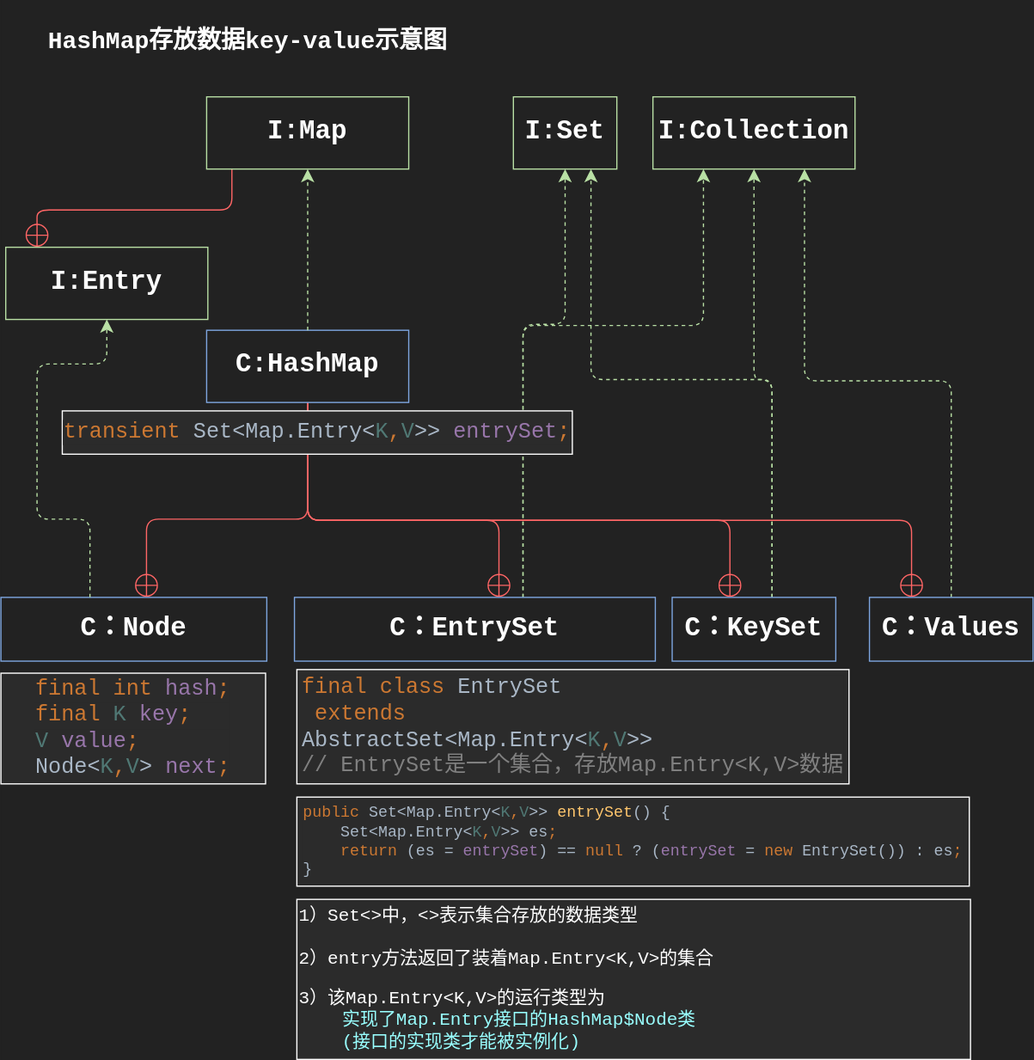
The draw.io diagram drawio/MapInterface.svg in Stolorzs/Picgo, before a commit. Source tidied: cells renumbered, new cells last; positions are measured from the earlier drawing's top-left corner, leaving out a move shared by most shapes.
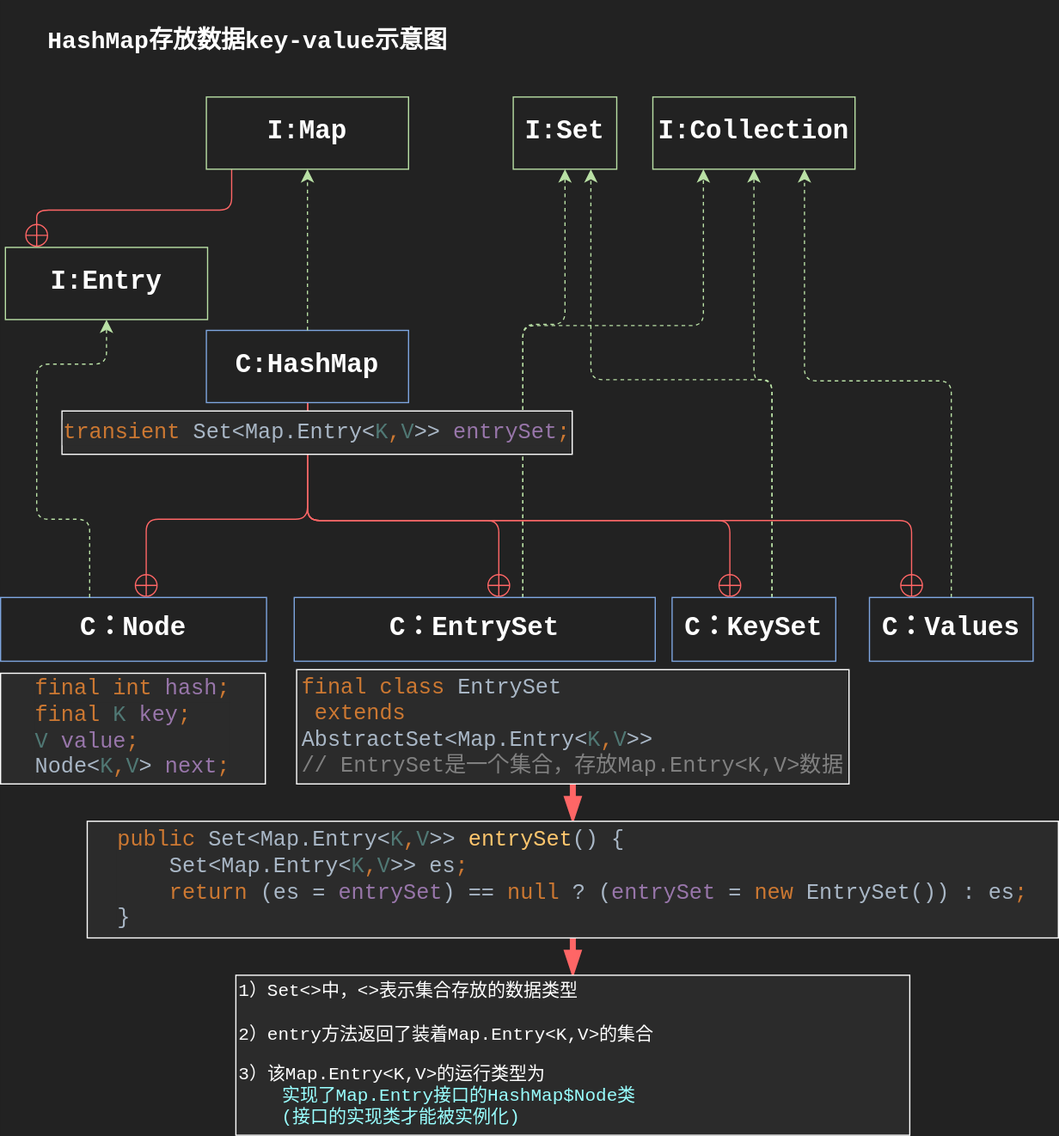
The same diagram one commit later.

Diff of the diagram source:
```diff
@@ -131,14 +131,20 @@
     <mxCell id="25" value="&lt;div style=&quot;text-align: start; background-color: rgb(43, 43, 43); color: rgb(169, 183, 198); font-family: &amp;quot;JetBrains Mono&amp;quot;, monospace; white-space: pre; font-size: 18px;&quot;&gt;&lt;div style=&quot;&quot;&gt;&lt;span style=&quot;color: rgb(204, 120, 50);&quot;&gt;transient &lt;/span&gt;Set&amp;lt;Map.Entry&amp;lt;&lt;span style=&quot;color: rgb(80, 120, 116);&quot;&gt;K&lt;/span&gt;&lt;span style=&quot;color: rgb(204, 120, 50);&quot;&gt;,&lt;/span&gt;&lt;span style=&quot;color: rgb(80, 120, 116);&quot;&gt;V&lt;/span&gt;&amp;gt;&amp;gt; &lt;span style=&quot;color: rgb(152, 118, 170);&quot;&gt;entrySet&lt;/span&gt;&lt;span style=&quot;color: rgb(204, 120, 50);&quot;&gt;;&lt;/span&gt;&lt;/div&gt;&lt;/div&gt;" style="whiteSpace=wrap;html=1;fillColor=#2B2B2B;strokeColor=#FFFFFF;" parent="1" vertex="1">
       <mxGeometry x="51" y="341" width="424" height="36" as="geometry" />
     </mxCell>
+    <mxCell id="29" style="edgeStyle=orthogonalEdgeStyle;rounded=1;jettySize=auto;html=1;strokeColor=#FF6666;align=center;verticalAlign=middle;fontFamily=Helvetica;fontSize=12;fontColor=default;labelBackgroundColor=default;startSize=8;endArrow=blockThin;endFill=1;endSize=8;strokeWidth=5;" parent="1" edge="1" source="26" target="27">
+      <mxGeometry relative="1" as="geometry" />
+    </mxCell>
     <mxCell id="26" value="&lt;div style=&quot;text-align: start; background-color: rgb(43, 43, 43); color: rgb(169, 183, 198); font-family: &amp;quot;JetBrains Mono&amp;quot;, monospace; white-space: pre;&quot;&gt;&lt;div style=&quot;font-size: 18px;&quot;&gt;&lt;span style=&quot;color: rgb(204, 120, 50);&quot;&gt;final class &lt;/span&gt;EntrySet&lt;/div&gt;&lt;div style=&quot;font-size: 18px;&quot;&gt; &lt;span style=&quot;color: rgb(204, 120, 50);&quot;&gt;extends&amp;nbsp;&lt;/span&gt;&lt;/div&gt;&lt;div style=&quot;font-size: 18px;&quot;&gt;AbstractSet&amp;lt;Map.Entry&amp;lt;&lt;span style=&quot;color: rgb(80, 120, 116);&quot;&gt;K&lt;/span&gt;&lt;span style=&quot;color: rgb(204, 120, 50);&quot;&gt;,&lt;/span&gt;&lt;span style=&quot;color: rgb(80, 120, 116);&quot;&gt;V&lt;/span&gt;&amp;gt;&amp;gt;&lt;/div&gt;&lt;div&gt;&lt;div&gt;&lt;span style=&quot;color: rgb(128, 128, 128);&quot;&gt;&lt;font style=&quot;font-size: 18px;&quot;&gt;// EntrySet是一个集合，存放Map.Entry&amp;lt;K,V&amp;gt;数据&lt;/font&gt;&lt;/span&gt;&lt;/div&gt;&lt;/div&gt;&lt;/div&gt;" style="whiteSpace=wrap;html=1;fillColor=#2B2B2B;strokeColor=#FFFFFF;" parent="1" vertex="1">
       <mxGeometry x="246" y="556" width="459" height="95" as="geometry" />
     </mxCell>
+    <mxCell id="30" style="edgeStyle=orthogonalEdgeStyle;rounded=1;jettySize=auto;html=1;strokeColor=#FF6666;strokeWidth=5;align=center;verticalAlign=middle;fontFamily=Helvetica;fontSize=12;fontColor=default;labelBackgroundColor=default;startSize=8;endArrow=blockThin;endFill=1;endSize=8;" parent="1" edge="1" source="27" target="28">
+      <mxGeometry relative="1" as="geometry" />
+    </mxCell>
-    <mxCell id="27" value="&lt;div style=&quot;text-align: start; background-color: rgb(43, 43, 43); color: rgb(169, 183, 198); font-family: &amp;quot;JetBrains Mono&amp;quot;, monospace; white-space: pre; font-size: 18px;&quot;&gt;&lt;div style=&quot;font-size: 9.8pt;&quot;&gt;&lt;span style=&quot;color: rgb(204, 120, 50);&quot;&gt;public &lt;/span&gt;Set&amp;lt;Map.Entry&amp;lt;&lt;span style=&quot;color: rgb(80, 120, 116);&quot;&gt;K&lt;/span&gt;&lt;span style=&quot;color: rgb(204, 120, 50);&quot;&gt;,&lt;/span&gt;&lt;span style=&quot;color: rgb(80, 120, 116);&quot;&gt;V&lt;/span&gt;&amp;gt;&amp;gt; &lt;span style=&quot;color: rgb(255, 198, 109);&quot;&gt;entrySet&lt;/span&gt;() {&lt;br&gt;    Set&amp;lt;Map.Entry&amp;lt;&lt;span style=&quot;color: rgb(80, 120, 116);&quot;&gt;K&lt;/span&gt;&lt;span style=&quot;color: rgb(204, 120, 50);&quot;&gt;,&lt;/span&gt;&lt;span style=&quot;color: rgb(80, 120, 116);&quot;&gt;V&lt;/span&gt;&amp;gt;&amp;gt; es&lt;span style=&quot;color: rgb(204, 120, 50);&quot;&gt;;&lt;br&gt;&lt;/span&gt;&lt;span style=&quot;color: rgb(204, 120, 50);&quot;&gt;    return &lt;/span&gt;(es = &lt;span style=&quot;color: rgb(152, 118, 170);&quot;&gt;entrySet&lt;/span&gt;) == &lt;span style=&quot;color: rgb(204, 120, 50);&quot;&gt;null &lt;/span&gt;? (&lt;span style=&quot;color: rgb(152, 118, 170);&quot;&gt;entrySet &lt;/span&gt;= &lt;span style=&quot;color: rgb(204, 120, 50);&quot;&gt;new &lt;/span&gt;EntrySet()) : es&lt;span style=&quot;color: rgb(204, 120, 50);&quot;&gt;;&lt;br&gt;&lt;/span&gt;}&lt;/div&gt;&lt;/div&gt;" style="whiteSpace=wrap;html=1;fillColor=#2B2B2B;strokeColor=#FFFFFF;" parent="1" vertex="1">
-      <mxGeometry x="246" y="662" width="559" height="74" as="geometry" />
+    <mxCell id="27" value="&lt;div style=&quot;text-align: start; background-color: rgb(43, 43, 43); color: rgb(169, 183, 198); font-family: &amp;quot;JetBrains Mono&amp;quot;, monospace; white-space: pre; font-size: 18px;&quot;&gt;&lt;div style=&quot;&quot;&gt;&lt;span style=&quot;color: rgb(204, 120, 50);&quot;&gt;public &lt;/span&gt;Set&amp;lt;Map.Entry&amp;lt;&lt;span style=&quot;color: rgb(80, 120, 116);&quot;&gt;K&lt;/span&gt;&lt;span style=&quot;color: rgb(204, 120, 50);&quot;&gt;,&lt;/span&gt;&lt;span style=&quot;color: rgb(80, 120, 116);&quot;&gt;V&lt;/span&gt;&amp;gt;&amp;gt; &lt;span style=&quot;color: rgb(255, 198, 109);&quot;&gt;entrySet&lt;/span&gt;() {&lt;br&gt;    Set&amp;lt;Map.Entry&amp;lt;&lt;span style=&quot;color: rgb(80, 120, 116);&quot;&gt;K&lt;/span&gt;&lt;span style=&quot;color: rgb(204, 120, 50);&quot;&gt;,&lt;/span&gt;&lt;span style=&quot;color: rgb(80, 120, 116);&quot;&gt;V&lt;/span&gt;&amp;gt;&amp;gt; es&lt;span style=&quot;color: rgb(204, 120, 50);&quot;&gt;;&lt;br&gt;&lt;/span&gt;&lt;span style=&quot;color: rgb(204, 120, 50);&quot;&gt;    return &lt;/span&gt;(es = &lt;span style=&quot;color: rgb(152, 118, 170);&quot;&gt;entrySet&lt;/span&gt;) == &lt;span style=&quot;color: rgb(204, 120, 50);&quot;&gt;null &lt;/span&gt;? (&lt;span style=&quot;color: rgb(152, 118, 170);&quot;&gt;entrySet &lt;/span&gt;= &lt;span style=&quot;color: rgb(204, 120, 50);&quot;&gt;new &lt;/span&gt;EntrySet()) : es&lt;span style=&quot;color: rgb(204, 120, 50);&quot;&gt;;&lt;br&gt;&lt;/span&gt;}&lt;/div&gt;&lt;/div&gt;" style="whiteSpace=wrap;html=1;fillColor=#2B2B2B;strokeColor=#FFFFFF;" parent="1" vertex="1">
+      <mxGeometry x="72" y="682" width="807" height="97" as="geometry" />
     </mxCell>
     <mxCell id="28" value="&lt;div&gt;&lt;font face=&quot;Courier New&quot; color=&quot;#ffffff&quot;&gt;&lt;span style=&quot;caret-color: rgb(255, 255, 255); font-size: 15px;&quot;&gt;1）Set&amp;lt;&amp;gt;中，&amp;lt;&amp;gt;表示集合存放的数据类型&lt;/span&gt;&lt;/font&gt;&lt;/div&gt;&lt;div&gt;&lt;font face=&quot;Courier New&quot; color=&quot;#ffffff&quot;&gt;&lt;span style=&quot;caret-color: rgb(255, 255, 255); font-size: 15px;&quot;&gt;&lt;br&gt;&lt;/span&gt;&lt;/font&gt;&lt;/div&gt;&lt;font face=&quot;Courier New&quot; color=&quot;#ffffff&quot;&gt;&lt;span style=&quot;caret-color: rgb(255, 255, 255); font-size: 15px;&quot;&gt;2）entry方法返回了装着Map.Entry&amp;lt;K,V&amp;gt;的集合&lt;/span&gt;&lt;/font&gt;&lt;div&gt;&lt;br&gt;&lt;/div&gt;&lt;div&gt;&lt;font face=&quot;Courier New&quot; color=&quot;#ffffff&quot;&gt;&lt;span style=&quot;caret-color: rgb(255, 255, 255); font-size: 15px;&quot;&gt;3）该&lt;/span&gt;&lt;/font&gt;&lt;span style=&quot;caret-color: rgb(255, 255, 255); color: rgb(255, 255, 255); font-family: &amp;quot;Courier New&amp;quot;; font-size: 15px;&quot;&gt;Map.Entry&amp;lt;K,V&amp;gt;的运行类型为&lt;/span&gt;&lt;/div&gt;&lt;div&gt;&lt;span style=&quot;caret-color: rgb(255, 255, 255); font-family: &amp;quot;Courier New&amp;quot;; font-size: 15px;&quot;&gt;&lt;span style=&quot;color: rgb(255, 255, 255); white-space: pre;&quot;&gt;&amp;nbsp;   &lt;/span&gt;&lt;font color=&quot;#99ffff&quot;&gt;实现了Map.Entry接口的HashMap$Node类&lt;/font&gt;&lt;/span&gt;&lt;/div&gt;&lt;div&gt;&lt;span style=&quot;caret-color: rgb(255, 255, 255); font-family: &amp;quot;Courier New&amp;quot;; font-size: 15px;&quot;&gt;&lt;font color=&quot;#99ffff&quot;&gt;&amp;nbsp; &amp;nbsp; (接口的实现类才能被实例化)&lt;/font&gt;&lt;/span&gt;&lt;/div&gt;" style="whiteSpace=wrap;html=1;fillColor=#2B2B2B;strokeColor=#FFFFFF;align=left;" parent="1" vertex="1">
-      <mxGeometry x="246" y="747" width="560" height="133" as="geometry" />
+      <mxGeometry x="195.5" y="810" width="560" height="133" as="geometry" />
     </mxCell>
   </root>
 </mxGraphModel>
```
